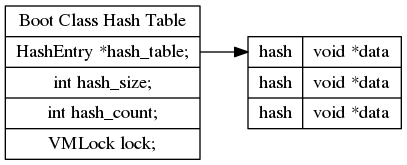
ybin/jamvm_doc keeps this Graphviz diagram as class.png. Above is the earlier version. Its source is kept beside it as class.dot.
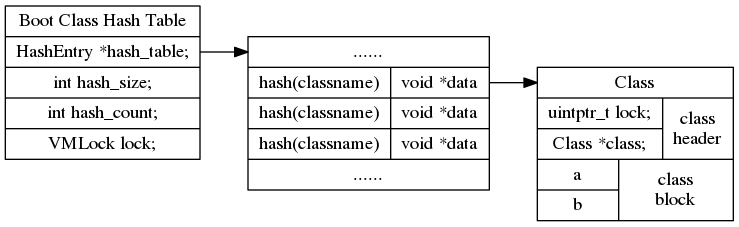
After the commit.

Change to the diagram source:
```diff
@@ -14,11 +14,24 @@
 
 	table [
 		label = "\
-			{<table>hash|void *data}|\
-			{hash|void *data}|\
-			{hash|void  *data}
+			<table>......|\
+			{hash(classname)|<data>void *data}|\
+			{hash(classname)|void *data}|\
+			{hash(classname)|void *data}|\
+			......
 		"
 	];
 
+	class [
+		label = "\
+			<this>Class|\
+			{{uintptr_t lock;|Class *class;}|class\nheader}|\
+			{{
+			a|b
+			}|class\nblock}
+		"
+	]
+
 	boot_class_tab:tab -> table:table;
+	table:data -> class:this;
 }
```
